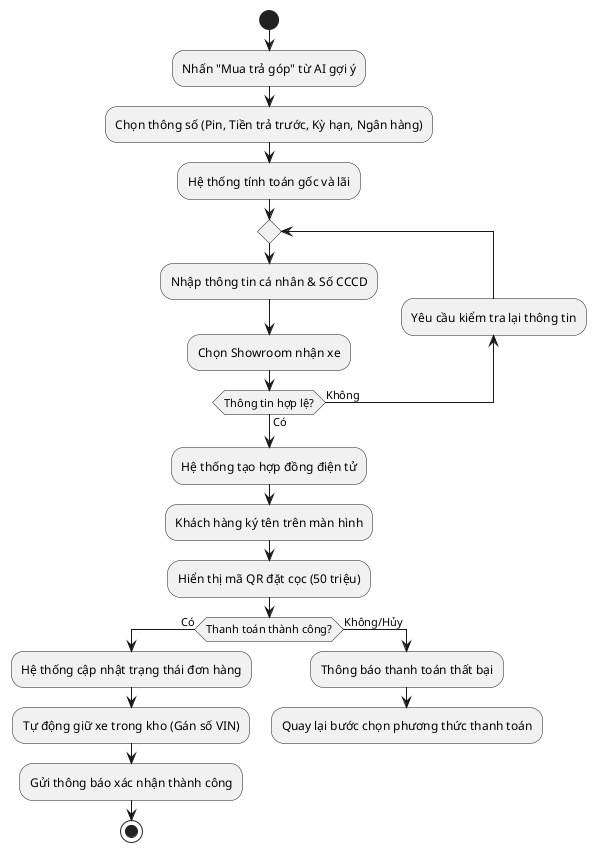
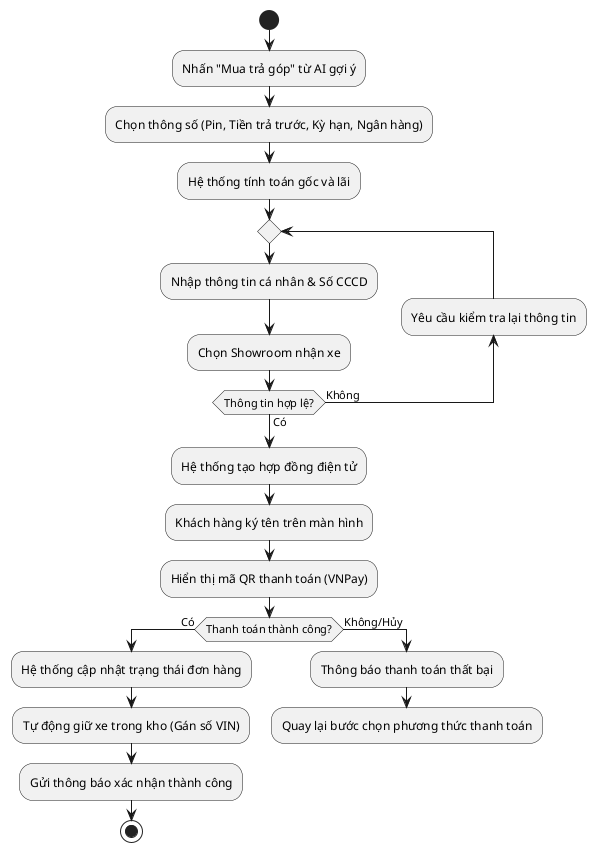
@startuml


start
:Nhấn "Mua trả góp" từ AI gợi ý;
:Chọn thông số (Pin, Tiền trả trước, Kỳ hạn, Ngân hàng);
:Hệ thống tính toán gốc và lãi;

repeat
  :Nhập thông tin cá nhân & Số CCCD;
  :Chọn Showroom nhận xe;
backward :Yêu cầu kiểm tra lại thông tin;
repeat while (Thông tin hợp lệ?) is (Không) not (Có)

:Hệ thống tạo hợp đồng điện tử;
:Khách hàng ký tên trên màn hình;


-     :Hiển thị mã QR đặt cọc (50 triệu);
+     :Hiển thị mã QR thanh toán (VNPay);
    if (Thanh toán thành công?) then (Có)
        :Hệ thống cập nhật trạng thái đơn hàng;
        :Tự động giữ xe trong kho (Gán số VIN);
        :Gửi thông báo xác nhận thành công;
        stop
    else (Không/Hủy)
        :Thông báo thanh toán thất bại;
        :Quay lại bước chọn phương thức thanh toán;
        detach
    endif

@enduml